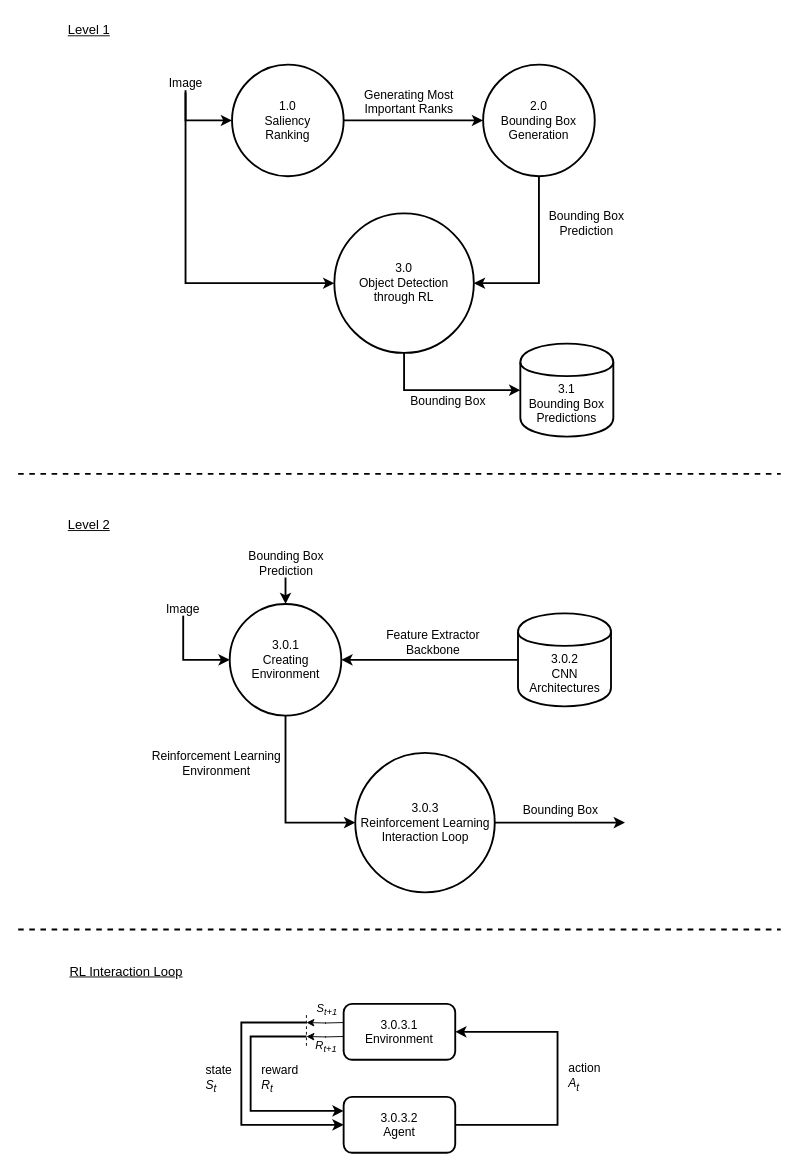
The draw.io diagram page "DFD LvL1" (3 of 4) of Diagrams/Diagrams.drawio in mbar0075/SaRLVision, before the edit. Source tidied: cells renumbered, new cells numbered last; positions are measured from the earlier drawing's top-left corner, leaving out a move shared by most shapes. Both pictures are drawn from the tidied source at 93%, with x=0, y=0 at pixel (18, 16).
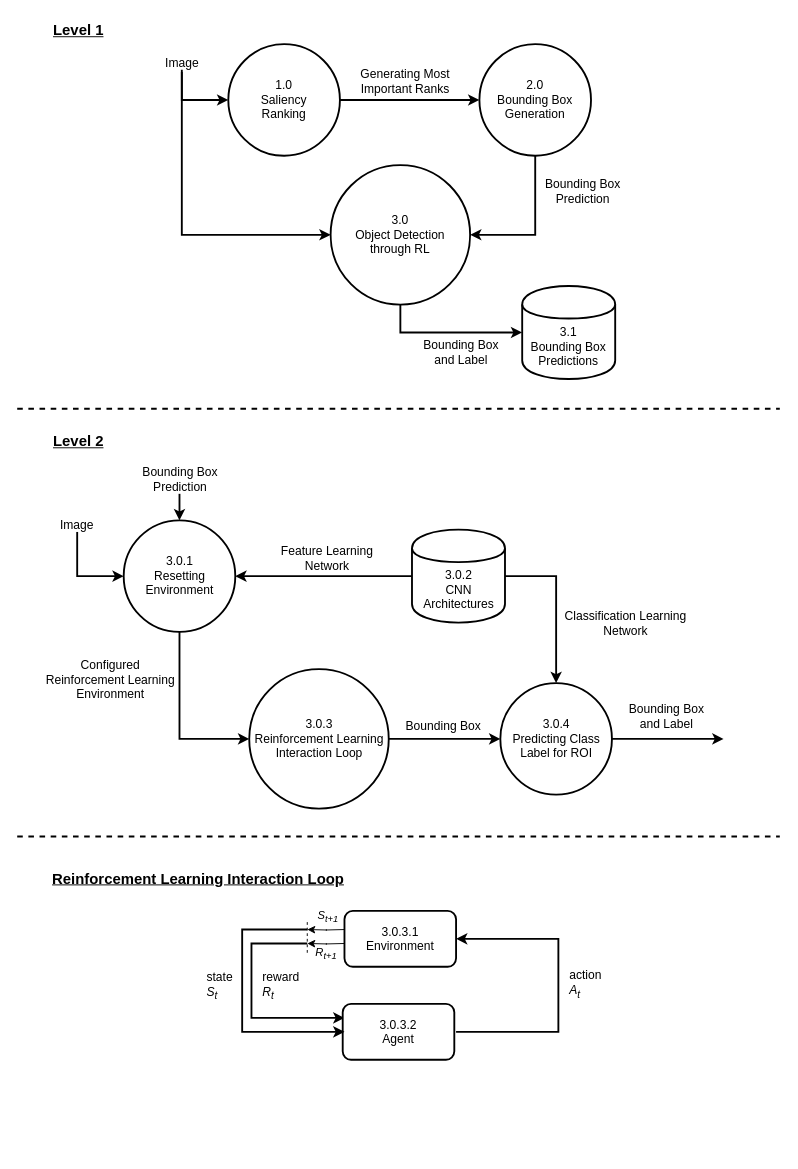
The same page after the edit.

Unchanged cells that the change refers to:
```xml
<mxCell id="9" style="edgeStyle=orthogonalEdgeStyle;rounded=0;jettySize=auto;html=1;exitX=0.5;exitY=1;exitDx=0;exitDy=0;strokeWidth=2;" parent="1" edge="1" source="11" target="12">
  <mxGeometry relative="1" as="geometry" />
</mxCell>
<mxCell id="18" style="edgeStyle=orthogonalEdgeStyle;rounded=0;jettySize=auto;html=1;exitX=0.5;exitY=1;exitDx=0;exitDy=0;entryX=0;entryY=0.5;entryDx=0;entryDy=0;strokeWidth=2;" parent="1" edge="1" source="20" target="28">
  <mxGeometry relative="1" as="geometry" />
</mxCell>
<mxCell id="21" style="edgeStyle=orthogonalEdgeStyle;rounded=0;jettySize=auto;html=1;exitX=0;exitY=0.5;exitDx=0;exitDy=0;entryX=1;entryY=0.5;entryDx=0;entryDy=0;strokeWidth=2;" parent="1" edge="1" source="23" target="20">
  <mxGeometry relative="1" as="geometry" />
</mxCell>
```

Diff of the diagram source:
```diff
@@
     <mxCell id="2" value="&lt;font style=&quot;font-size: 13px;&quot;&gt;Image&lt;/font&gt;" style="edgeStyle=orthogonalEdgeStyle;rounded=0;jettySize=auto;html=1;entryX=0;entryY=0.5;entryDx=0;entryDy=0;strokeWidth=2;" parent="1" edge="1" target="4">
       <mxGeometry x="-1" relative="1" as="geometry">
-        <mxPoint x="180" y="72" as="sourcePoint" />
+        <mxPoint x="176" y="50" as="sourcePoint" />
         <Array as="points">
-          <mxPoint x="180" y="72" />
-          <mxPoint x="180" y="112" />
+          <mxPoint x="176" y="50" />
+          <mxPoint x="176" y="90" />
         </Array>
       </mxGeometry>
     </mxCell>
@@
     <mxCell id="4" value="&lt;font style=&quot;font-size: 13px;&quot;&gt;1.0&lt;br&gt;Saliency &lt;br&gt;Ranking&lt;/font&gt;" style="shape=ellipse;html=1;dashed=0;whiteSpace=wrap;perimeter=ellipsePerimeter;strokeWidth=2;" parent="1" vertex="1">
-      <mxGeometry x="230" y="52" width="120" height="120" as="geometry" />
+      <mxGeometry x="226" y="30" width="120" height="120" as="geometry" />
     </mxCell>
@@
     <mxCell id="7" value="&lt;font style=&quot;font-size: 13px;&quot;&gt;2.0&lt;br&gt;Bounding Box&lt;br&gt;Generation&lt;br&gt;&lt;/font&gt;" style="shape=ellipse;html=1;dashed=0;whiteSpace=wrap;perimeter=ellipsePerimeter;strokeWidth=2;" parent="1" vertex="1">
-      <mxGeometry x="500" y="52" width="120" height="120" as="geometry" />
+      <mxGeometry x="496" y="30" width="120" height="120" as="geometry" />
     </mxCell>
     <mxCell id="8" style="edgeStyle=orthogonalEdgeStyle;rounded=0;jettySize=auto;html=1;entryX=0;entryY=0.5;entryDx=0;entryDy=0;strokeWidth=2;" parent="1" edge="1" target="11">
       <mxGeometry relative="1" as="geometry">
-        <mxPoint x="180" y="82" as="sourcePoint" />
+        <mxPoint x="176" y="60" as="sourcePoint" />
         <Array as="points">
-          <mxPoint x="180" y="102" />
-          <mxPoint x="180" y="287" />
+          <mxPoint x="176" y="80" />
+          <mxPoint x="176" y="265" />
         </Array>
       </mxGeometry>
     </mxCell>
@@
-    <mxCell id="10" value="&lt;font style=&quot;font-size: 13px;&quot;&gt;Bounding Box&lt;/font&gt;" style="edgeLabel;html=1;align=center;verticalAlign=middle;" parent="9" vertex="1">
+    <mxCell id="10" value="&lt;font style=&quot;font-size: 13px;&quot;&gt;Bounding Box &lt;br&gt;and Label&lt;/font&gt;" style="edgeLabel;html=1;align=center;verticalAlign=middle;" parent="9" vertex="1">
       <mxGeometry x="-0.06" y="-3" relative="1" as="geometry">
-        <mxPoint x="8" y="7" as="offset" />
+        <mxPoint x="18" y="17" as="offset" />
       </mxGeometry>
     </mxCell>
     <mxCell id="11" value="&lt;font style=&quot;font-size: 13px;&quot;&gt;3.0&lt;br&gt;Object Detection&lt;br&gt;through RL&lt;br&gt;&lt;/font&gt;" style="shape=ellipse;html=1;dashed=0;whiteSpace=wrap;perimeter=ellipsePerimeter;strokeWidth=2;" parent="1" vertex="1">
-      <mxGeometry x="340" y="212" width="150" height="150" as="geometry" />
+      <mxGeometry x="336" y="160" width="150" height="150" as="geometry" />
     </mxCell>
     <mxCell id="12" value="&lt;font style=&quot;font-size: 13px;&quot;&gt;3.1&lt;br&gt;Bounding Box &lt;br&gt;Predictions&lt;/font&gt;" style="shape=cylinder;whiteSpace=wrap;html=1;boundedLbl=1;backgroundOutline=1;strokeWidth=2;" parent="1" vertex="1">
-      <mxGeometry x="540" y="352" width="100" height="100" as="geometry" />
+      <mxGeometry x="542" y="290" width="100" height="100" as="geometry" />
     </mxCell>
-    <mxCell id="13" value="&lt;font style=&quot;font-size: 14px;&quot;&gt;&lt;u&gt;Level 1&lt;/u&gt;&lt;/font&gt;" style="text;html=1;align=center;verticalAlign=middle;strokeColor=none;fillColor=none;" parent="1" vertex="1">
-      <mxGeometry x="41" width="70" height="30" as="geometry" />
+    <mxCell id="13" value="&lt;font size=&quot;1&quot; style=&quot;&quot;&gt;&lt;u style=&quot;font-size: 16px;&quot;&gt;&lt;b&gt;Level 1&lt;/b&gt;&lt;/u&gt;&lt;/font&gt;" style="text;html=1;align=left;verticalAlign=middle;strokeColor=none;fillColor=none;" parent="1" vertex="1">
+      <mxGeometry x="36" width="80" height="30" as="geometry" />
     </mxCell>
     <mxCell id="14" style="endArrow=none;dashed=1;html=1;rounded=0;strokeWidth=2;jumpSize=25;" parent="1" edge="1">
       <mxGeometry relative="1" as="geometry">
-        <mxPoint y="492" as="sourcePoint" />
-        <mxPoint x="820" y="492" as="targetPoint" />
+        <mxPoint x="-1" y="422" as="sourcePoint" />
+        <mxPoint x="819" y="422" as="targetPoint" />
       </mxGeometry>
     </mxCell>
-    <mxCell id="15" value="&lt;font style=&quot;font-size: 14px;&quot;&gt;&lt;u&gt;Level 2&lt;/u&gt;&lt;/font&gt;" style="text;html=1;align=center;verticalAlign=middle;strokeColor=none;fillColor=none;" parent="1" vertex="1">
-      <mxGeometry x="41" y="532" width="70" height="30" as="geometry" />
+    <mxCell id="15" value="&lt;font size=&quot;1&quot; style=&quot;&quot;&gt;&lt;u style=&quot;font-size: 16px;&quot;&gt;&lt;b&gt;Level 2&lt;/b&gt;&lt;/u&gt;&lt;/font&gt;" style="text;html=1;align=left;verticalAlign=middle;strokeColor=none;fillColor=none;" parent="1" vertex="1">
+      <mxGeometry x="36" y="442" width="80" height="30" as="geometry" />
     </mxCell>
     <mxCell id="16" style="edgeStyle=orthogonalEdgeStyle;rounded=0;jettySize=auto;html=1;entryX=0.5;entryY=0;entryDx=0;entryDy=0;strokeWidth=2;" parent="1" edge="1" target="20">
       <mxGeometry relative="1" as="geometry">
-        <mxPoint x="287.5" y="582" as="sourcePoint" />
+        <mxPoint x="173.5" y="492" as="sourcePoint" />
         <Array as="points">
-          <mxPoint x="287.5" y="582" />
+          <mxPoint x="173.5" y="492" />
         </Array>
       </mxGeometry>
     </mxCell>
@@
-    <mxCell id="19" value="&lt;font style=&quot;font-size: 13px;&quot;&gt;Reinforcement Learning&lt;br&gt;Environment&lt;/font&gt;" style="edgeLabel;html=1;align=center;verticalAlign=middle;" parent="18" vertex="1">
+    <mxCell id="19" value="&lt;font style=&quot;font-size: 13px;&quot;&gt;Configured&lt;br&gt;Reinforcement Learning&lt;br&gt;Environment&lt;br&gt;&lt;/font&gt;" style="edgeLabel;html=1;align=center;verticalAlign=middle;" parent="18" vertex="1">
       <mxGeometry x="-0.59" y="-2" relative="1" as="geometry">
         <mxPoint x="-73" y="11" as="offset" />
       </mxGeometry>
     </mxCell>
-    <mxCell id="20" value="&lt;font style=&quot;font-size: 13px;&quot;&gt;3.0.1&lt;br&gt;Creating&lt;br&gt;Environment&lt;br&gt;&lt;/font&gt;" style="shape=ellipse;html=1;dashed=0;whiteSpace=wrap;perimeter=ellipsePerimeter;strokeWidth=2;" parent="1" vertex="1">
-      <mxGeometry x="227.5" y="632" width="120" height="120" as="geometry" />
+    <mxCell id="20" value="&lt;font style=&quot;font-size: 13px;&quot;&gt;3.0.1&lt;br&gt;Resetting&lt;br&gt;Environment&lt;br&gt;&lt;/font&gt;" style="shape=ellipse;html=1;dashed=0;whiteSpace=wrap;perimeter=ellipsePerimeter;strokeWidth=2;" parent="1" vertex="1">
+      <mxGeometry x="113.5" y="542" width="120" height="120" as="geometry" />
     </mxCell>
@@
-    <mxCell id="22" value="&lt;font style=&quot;font-size: 13px;&quot;&gt;Feature Extractor&lt;br&gt;Backbone&lt;/font&gt;" style="edgeLabel;html=1;align=center;verticalAlign=middle;" parent="21" vertex="1">
+    <mxCell id="22" value="&lt;font style=&quot;font-size: 13px;&quot;&gt;Feature Learning&lt;br&gt;Network&lt;br&gt;&lt;/font&gt;" style="edgeLabel;html=1;align=center;verticalAlign=middle;" parent="21" vertex="1">
       <mxGeometry x="-0.03" y="-4" relative="1" as="geometry">
         <mxPoint y="-16" as="offset" />
       </mxGeometry>
     </mxCell>
+    <mxCell id="44" style="edgeStyle=orthogonalEdgeStyle;rounded=0;jettySize=auto;html=1;exitX=1;exitY=0.5;exitDx=0;exitDy=0;entryX=0.5;entryY=0;entryDx=0;entryDy=0;strokeWidth=2;" parent="1" edge="1" source="23" target="46">
+      <mxGeometry relative="1" as="geometry" />
+    </mxCell>
+    <mxCell id="45" value="&lt;font style=&quot;font-size: 13px;&quot;&gt;Classification Learning&lt;br&gt;Network&lt;/font&gt;" style="edgeLabel;html=1;align=center;verticalAlign=middle;" parent="44" vertex="1">
+      <mxGeometry x="-0.12" y="-2" relative="1" as="geometry">
+        <mxPoint x="76" y="30" as="offset" />
+      </mxGeometry>
+    </mxCell>
     <mxCell id="23" value="&lt;font style=&quot;font-size: 13px;&quot;&gt;3.0.2&lt;br&gt;CNN Architectures&lt;br&gt;&lt;/font&gt;" style="shape=cylinder;whiteSpace=wrap;html=1;boundedLbl=1;backgroundOutline=1;strokeWidth=2;" parent="1" vertex="1">
-      <mxGeometry x="537.5" y="642" width="100" height="100" as="geometry" />
+      <mxGeometry x="423.5" y="552" width="100" height="100" as="geometry" />
     </mxCell>
     <mxCell id="24" style="edgeStyle=orthogonalEdgeStyle;rounded=0;jettySize=auto;html=1;entryX=0;entryY=0.5;entryDx=0;entryDy=0;strokeWidth=2;" parent="1" edge="1" target="20">
       <mxGeometry relative="1" as="geometry">
-        <mxPoint x="177.5" y="632" as="sourcePoint" />
+        <mxPoint x="63.5" y="542" as="sourcePoint" />
         <Array as="points">
-          <mxPoint x="177.5" y="632" />
-          <mxPoint x="177.5" y="692" />
+          <mxPoint x="63.5" y="542" />
+          <mxPoint x="63.5" y="602" />
         </Array>
       </mxGeometry>
     </mxCell>
@@
-    <mxCell id="26" style="edgeStyle=orthogonalEdgeStyle;rounded=0;jettySize=auto;html=1;exitX=1;exitY=0.5;exitDx=0;exitDy=0;strokeWidth=2;" parent="1" edge="1" source="28">
-      <mxGeometry relative="1" as="geometry">
-        <mxPoint x="652.5" y="867" as="targetPoint" />
-      </mxGeometry>
+    <mxCell id="26" style="edgeStyle=orthogonalEdgeStyle;rounded=0;jettySize=auto;html=1;exitX=1;exitY=0.5;exitDx=0;exitDy=0;strokeWidth=2;entryX=0;entryY=0.5;entryDx=0;entryDy=0;" parent="1" edge="1" source="28" target="46">
+      <mxGeometry relative="1" as="geometry" />
     </mxCell>
@@
     <mxCell id="28" value="&lt;font style=&quot;font-size: 13px;&quot;&gt;3.0.3&lt;br&gt;Reinforcement Learning Interaction Loop&lt;br&gt;&lt;/font&gt;" style="shape=ellipse;html=1;dashed=0;whiteSpace=wrap;perimeter=ellipsePerimeter;strokeWidth=2;" parent="1" vertex="1">
-      <mxGeometry x="362.5" y="792" width="150" height="150" as="geometry" />
+      <mxGeometry x="248.5" y="702" width="150" height="150" as="geometry" />
     </mxCell>
     <mxCell id="29" style="endArrow=none;dashed=1;html=1;rounded=0;strokeWidth=2;jumpSize=25;" parent="1" edge="1">
       <mxGeometry relative="1" as="geometry">
-        <mxPoint y="982" as="sourcePoint" />
-        <mxPoint x="820" y="982" as="targetPoint" />
+        <mxPoint x="-1" y="882" as="sourcePoint" />
+        <mxPoint x="819" y="882" as="targetPoint" />
       </mxGeometry>
     </mxCell>
-    <mxCell id="30" value="&lt;font style=&quot;font-size: 14px;&quot;&gt;&lt;u&gt;RL Interaction Loop&lt;/u&gt;&lt;/font&gt;" style="text;html=1;align=center;verticalAlign=middle;strokeColor=none;fillColor=none;" parent="1" vertex="1">
-      <mxGeometry x="41" y="1012" width="150" height="30" as="geometry" />
+    <mxCell id="30" value="&lt;font size=&quot;1&quot; style=&quot;&quot;&gt;&lt;u style=&quot;font-size: 16px;&quot;&gt;&lt;b&gt;Reinforcement Learning Interaction Loop&lt;/b&gt;&lt;/u&gt;&lt;/font&gt;" style="text;html=1;align=left;verticalAlign=middle;strokeColor=none;fillColor=none;" parent="1" vertex="1">
+      <mxGeometry x="35" y="912" width="340" height="30" as="geometry" />
     </mxCell>
     <mxCell id="31" style="edgeStyle=orthogonalEdgeStyle;rounded=0;orthogonalLoop=1;jettySize=auto;html=1;exitX=0;exitY=0.25;exitDx=0;exitDy=0;" parent="1" edge="1">
       <mxGeometry relative="1" as="geometry">
-        <mxPoint x="350" y="1082" as="sourcePoint" />
-        <mxPoint x="310" y="1082" as="targetPoint" />
+        <mxPoint x="350.9" y="982" as="sourcePoint" />
+        <mxPoint x="310.9" y="982" as="targetPoint" />
       </mxGeometry>
     </mxCell>
@@
     <mxCell id="33" style="edgeStyle=orthogonalEdgeStyle;rounded=0;orthogonalLoop=1;jettySize=auto;html=1;exitX=0;exitY=0.5;exitDx=0;exitDy=0;" parent="1" edge="1">
       <mxGeometry relative="1" as="geometry">
-        <mxPoint x="350" y="1097" as="sourcePoint" />
-        <mxPoint x="310" y="1097" as="targetPoint" />
+        <mxPoint x="350.9" y="997" as="sourcePoint" />
+        <mxPoint x="310.9" y="997" as="targetPoint" />
       </mxGeometry>
     </mxCell>
@@
     <mxCell id="35" value="&lt;font style=&quot;font-size: 13px;&quot;&gt;3.0.3.1&lt;br&gt;Environment&lt;/font&gt;" style="rounded=1;whiteSpace=wrap;html=1;strokeWidth=2;" parent="1" vertex="1">
-      <mxGeometry x="350" y="1062" width="120" height="60" as="geometry" />
+      <mxGeometry x="350.9" y="962" width="120" height="60" as="geometry" />
     </mxCell>
-    <mxCell id="36" style="edgeStyle=orthogonalEdgeStyle;rounded=0;jettySize=auto;html=1;exitX=1;exitY=0.5;exitDx=0;exitDy=0;strokeWidth=2;entryX=1;entryY=0.5;entryDx=0;entryDy=0;" parent="1" edge="1" source="40" target="35">
+    <mxCell id="36" style="edgeStyle=orthogonalEdgeStyle;rounded=0;jettySize=auto;html=1;exitX=1;exitY=0.5;exitDx=0;exitDy=0;strokeWidth=2;entryX=1;entryY=0.5;entryDx=0;entryDy=0;" parent="1" edge="1" target="35">
       <mxGeometry relative="1" as="geometry">
+        <mxPoint x="470.9" y="1092" as="sourcePoint" />
         <Array as="points">
-          <mxPoint x="580" y="1192" />
-          <mxPoint x="580" y="1092" />
+          <mxPoint x="580.9" y="1092" />
+          <mxPoint x="580.9" y="992" />
         </Array>
       </mxGeometry>
     </mxCell>
@@
     <mxCell id="38" style="edgeStyle=orthogonalEdgeStyle;rounded=0;orthogonalLoop=1;jettySize=auto;html=1;exitX=0;exitY=0.25;exitDx=0;exitDy=0;strokeWidth=2;endArrow=none;endFill=0;startArrow=classic;startFill=1;" parent="1" edge="1">
       <mxGeometry relative="1" as="geometry">
-        <mxPoint x="350" y="1177" as="sourcePoint" />
-        <mxPoint x="310" y="1097" as="targetPoint" />
+        <mxPoint x="350.9" y="1077" as="sourcePoint" />
+        <mxPoint x="310.9" y="997" as="targetPoint" />
         <Array as="points">
-          <mxPoint x="250" y="1177" />
-          <mxPoint x="250" y="1097" />
+          <mxPoint x="250.9" y="1077" />
+          <mxPoint x="250.9" y="997" />
         </Array>
       </mxGeometry>
     </mxCell>
@@
     <mxCell id="40" value="&lt;font style=&quot;font-size: 13px;&quot;&gt;3.0.3.2&lt;br&gt;Agent&lt;/font&gt;" style="rounded=1;whiteSpace=wrap;html=1;strokeWidth=2;" parent="1" vertex="1">
-      <mxGeometry x="350" y="1162" width="120" height="60" as="geometry" />
+      <mxGeometry x="349" y="1062" width="120" height="60" as="geometry" />
     </mxCell>
     <mxCell id="41" style="edgeStyle=orthogonalEdgeStyle;rounded=0;orthogonalLoop=1;jettySize=auto;html=1;exitX=0;exitY=0.5;exitDx=0;exitDy=0;strokeWidth=2;startArrow=classic;startFill=1;endArrow=none;endFill=0;" parent="1" edge="1">
       <mxGeometry relative="1" as="geometry">
-        <mxPoint x="350" y="1192" as="sourcePoint" />
-        <mxPoint x="310" y="1082" as="targetPoint" />
+        <mxPoint x="350.9" y="1092" as="sourcePoint" />
+        <mxPoint x="310.9" y="982" as="targetPoint" />
         <Array as="points">
-          <mxPoint x="240" y="1192" />
-          <mxPoint x="240" y="1082" />
+          <mxPoint x="240.9" y="1092" />
+          <mxPoint x="240.9" y="982" />
         </Array>
       </mxGeometry>
     </mxCell>
@@
     <mxCell id="43" style="endArrow=none;dashed=1;html=1;rounded=0;" parent="1" edge="1">
       <mxGeometry relative="1" as="geometry">
-        <mxPoint x="310" y="1107" as="sourcePoint" />
-        <mxPoint x="310" y="1072" as="targetPoint" />
+        <mxPoint x="310.9" y="1007" as="sourcePoint" />
+        <mxPoint x="310.9" y="972" as="targetPoint" />
       </mxGeometry>
     </mxCell>
+    <mxCell id="46" value="&lt;font style=&quot;font-size: 13px;&quot;&gt;3.0.4&lt;br&gt;Predicting Class&lt;br&gt;Label for ROI&lt;br&gt;&lt;/font&gt;" style="shape=ellipse;html=1;dashed=0;whiteSpace=wrap;perimeter=ellipsePerimeter;strokeWidth=2;" parent="1" vertex="1">
+      <mxGeometry x="518.5" y="717" width="120" height="120" as="geometry" />
+    </mxCell>
+    <mxCell id="47" style="edgeStyle=orthogonalEdgeStyle;rounded=0;jettySize=auto;html=1;exitX=1;exitY=0.5;exitDx=0;exitDy=0;strokeWidth=2;" parent="1" edge="1" source="46">
+      <mxGeometry relative="1" as="geometry">
+        <mxPoint x="758.5" y="777" as="targetPoint" />
+      </mxGeometry>
+    </mxCell>
+    <mxCell id="48" value="&lt;span style=&quot;font-size: 13px;&quot;&gt;Bounding Box&lt;br&gt;and Label&lt;br&gt;&lt;/span&gt;" style="edgeLabel;html=1;align=center;verticalAlign=middle;" parent="47" vertex="1">
+      <mxGeometry x="0.19" y="1" relative="1" as="geometry">
+        <mxPoint x="-13" y="-24" as="offset" />
+      </mxGeometry>
+    </mxCell>
```
